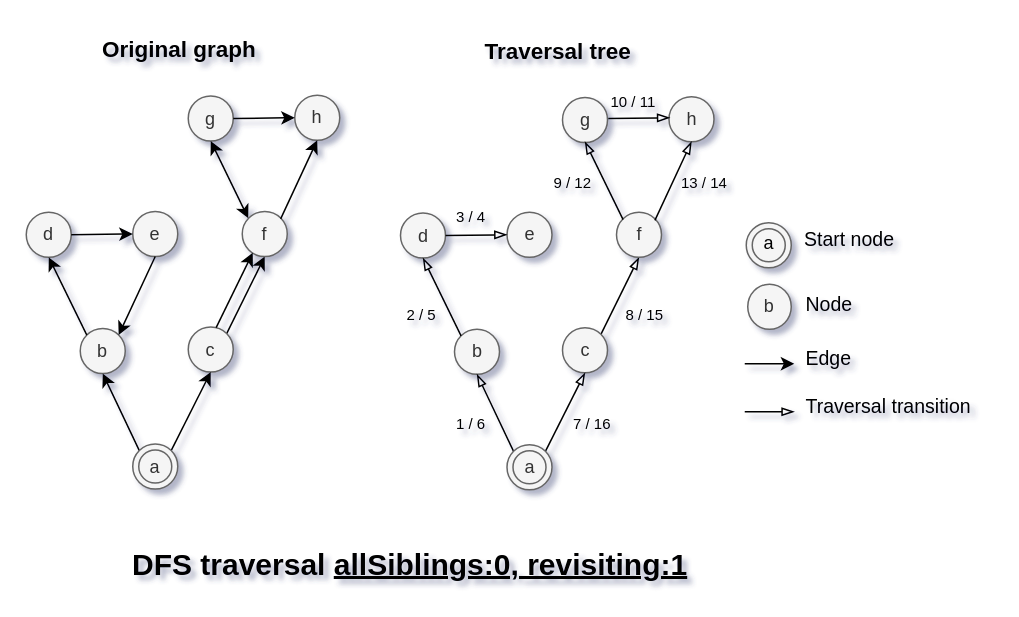
Before: page "AllSiblings : 0" (5 of 10) of doc/images/searchOptions/SearchOptions.drawio in Wandalen/wGraphBasic, a draw.io diagram. Source tidied: cells renumbered, new cells numbered last; positions are measured from the earlier drawing's top-left corner, leaving out a move shared by most shapes. Both pictures are drawn from the tidied source at 150%, with x=0, y=0 at pixel (26, 32).
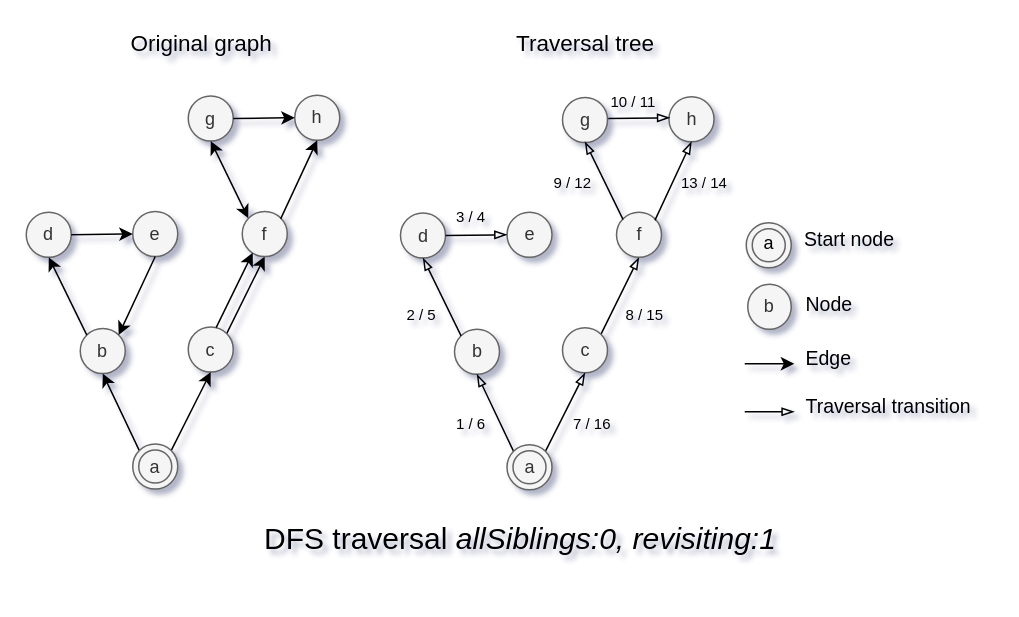
After the change.

The edit, as a diff of the source:
```diff
@@
-<mxGraphModel shadow="1">
+<mxGraphModel background="#ffffff" shadow="1">
@@
-    <mxCell id="44" value="&lt;b style=&quot;font-size: 15px;&quot;&gt;&lt;font style=&quot;font-size: 15px;&quot;&gt;Original graph&lt;/font&gt;&lt;/b&gt;" style="text;html=1;align=left;verticalAlign=top;spacingTop=-4;fontSize=15;" parent="1" vertex="1">
-      <mxGeometry x="49" width="109" height="14" as="geometry" />
-    </mxCell>
@@
+    <mxCell id="44" value="&lt;span style=&quot;font-size: 15px;&quot;&gt;&lt;font style=&quot;font-size: 15px;&quot;&gt;Original graph&lt;/font&gt;&lt;/span&gt;" style="text;html=1;align=left;verticalAlign=top;spacingTop=-4;fontSize=15;fontStyle=0;" parent="1" vertex="1">
+      <mxGeometry x="68" y="-4" width="109" height="14" as="geometry" />
+    </mxCell>
-    <mxCell id="54" value="&lt;b style=&quot;font-size: 20px&quot;&gt;DFS traversal &lt;u&gt;allSiblings:0, revisiting:1&lt;/u&gt;&lt;br&gt;&lt;/b&gt;" style="text;html=1;align=left;verticalAlign=top;spacingTop=-4;fontSize=20;" parent="1" vertex="1">
-      <mxGeometry x="69" y="340" width="385" height="25" as="geometry" />
+    <mxCell id="54" value="&lt;span style=&quot;font-size: 20px&quot;&gt;DFS traversal &lt;i&gt;allSiblings:0,&amp;nbsp;&lt;/i&gt;&lt;span&gt;&lt;i&gt;revisiting:1&lt;/i&gt;&lt;/span&gt;&lt;br&gt;&lt;/span&gt;" style="text;html=1;align=left;verticalAlign=top;spacingTop=-4;fontSize=20;fontStyle=0;" parent="1" vertex="1">
+      <mxGeometry x="157" y="323" width="350" height="25" as="geometry" />
     </mxCell>
-    <mxCell id="55" value="&lt;b&gt;Traversal&amp;nbsp;&lt;/b&gt;&lt;span style=&quot;font-size: 15px&quot;&gt;&lt;b style=&quot;font-size: 15px&quot;&gt;tree&lt;/b&gt;&lt;/span&gt;" style="text;html=1;align=left;verticalAlign=top;spacingTop=-4;fontSize=15;" parent="1" vertex="1">
-      <mxGeometry x="304" y="1" width="107" height="19" as="geometry" />
+    <mxCell id="55" value="&lt;span&gt;Traversal&amp;nbsp;&lt;/span&gt;&lt;span style=&quot;font-size: 15px&quot;&gt;&lt;span style=&quot;font-size: 15px&quot;&gt;tree&lt;/span&gt;&lt;/span&gt;" style="text;html=1;align=left;verticalAlign=top;spacingTop=-4;fontSize=15;fontStyle=0;" parent="1" vertex="1">
+      <mxGeometry x="325" y="-4" width="107" height="19" as="geometry" />
     </mxCell>
```
